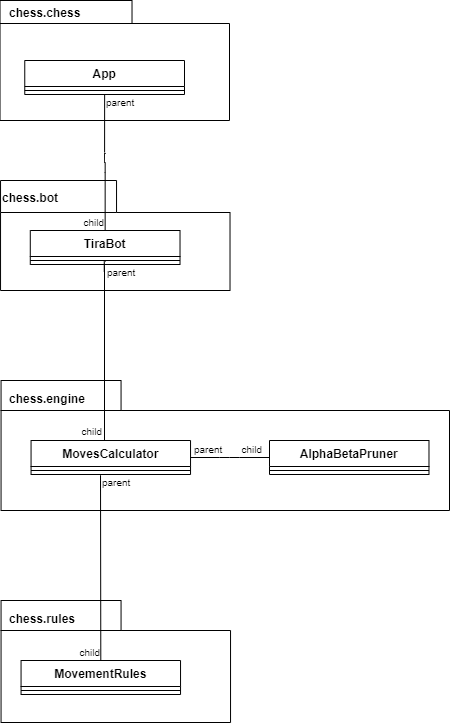
Earlier version of the draw.io export documentation/images/chess-ai-package.png (Tseipii89/ShakkiTekoaly-TIRALAB-Alkukesa2020). Source tidied: cells renumbered, new cells last; positions are measured from the earlier drawing's top-left corner, leaving out a move shared by most shapes. Source of this version:
```xml
<mxGraphModel>
  <root>
    <mxCell id="0" />
    <mxCell id="1" parent="0" />
    <mxCell id="2" value="chess.chess" style="shape=folder;fontStyle=1;spacingTop=-1;tabWidth=132;tabHeight=23;tabPosition=left;html=1;align=left;perimeterSpacing=10;strokeWidth=1;verticalAlign=top;spacingLeft=7;" parent="1" vertex="1">
      <mxGeometry x="-0.5" width="229.5" height="120" as="geometry" />
    </mxCell>
    <mxCell id="3" value="chess.bot" style="shape=folder;fontStyle=1;spacingTop=4;tabWidth=116;tabHeight=32;tabPosition=left;html=1;align=left;verticalAlign=top;" parent="1" vertex="1">
      <mxGeometry y="180" width="229.5" height="110" as="geometry" />
    </mxCell>
    <mxCell id="4" value="chess.engine" style="shape=folder;fontStyle=1;spacingTop=5;tabWidth=120;tabHeight=30;tabPosition=left;html=1;align=left;verticalAlign=top;spacingLeft=6;" parent="1" vertex="1">
      <mxGeometry x="0.6" y="380" width="448.4" height="130" as="geometry" />
    </mxCell>
    <mxCell id="5" value="App" style="swimlane;fontStyle=1;align=center;verticalAlign=top;horizontal=1;startSize=26;" parent="1" vertex="1">
      <mxGeometry x="24.3" y="60" width="159.7" height="34" as="geometry" />
    </mxCell>
    <mxCell id="6" style="line;strokeWidth=1;fillColor=none;align=left;verticalAlign=middle;spacingTop=-1;spacingLeft=3;spacingRight=3;labelPosition=right;" parent="5" vertex="1">
      <mxGeometry y="26" width="159.7" height="8" as="geometry" />
    </mxCell>
    <mxCell id="7" value="TiraBot" style="swimlane;fontStyle=1;align=center;verticalAlign=top;horizontal=1;startSize=26;strokeWidth=1;" parent="1" vertex="1">
      <mxGeometry x="29.8" y="230" width="149.7" height="34" as="geometry" />
    </mxCell>
    <mxCell id="8" style="line;strokeWidth=1;fillColor=none;align=left;verticalAlign=middle;spacingTop=-1;spacingLeft=3;spacingRight=3;labelPosition=right;" parent="7" vertex="1">
      <mxGeometry y="26" width="149.7" height="8" as="geometry" />
    </mxCell>
    <mxCell id="9" value="MovesCalculator" style="swimlane;fontStyle=1;align=center;verticalAlign=top;horizontal=1;startSize=26;strokeWidth=1;" parent="1" vertex="1">
      <mxGeometry x="30.6" y="440" width="159.5" height="34" as="geometry" />
    </mxCell>
    <mxCell id="10" style="line;strokeWidth=1;fillColor=none;align=left;verticalAlign=middle;spacingTop=-1;spacingLeft=3;spacingRight=3;labelPosition=right;" parent="9" vertex="1">
      <mxGeometry y="26" width="159.5" height="8" as="geometry" />
    </mxCell>
    <mxCell id="11" value="chess.rules" style="shape=folder;fontStyle=1;spacingTop=5;tabWidth=120;tabHeight=30;tabPosition=left;html=1;align=left;verticalAlign=top;spacingLeft=6;" parent="1" vertex="1">
      <mxGeometry x="0.6" y="600" width="229.5" height="122" as="geometry" />
    </mxCell>
    <mxCell id="12" value="MovementRules" style="swimlane;fontStyle=1;align=center;verticalAlign=top;horizontal=1;startSize=26;strokeWidth=1;" parent="1" vertex="1">
      <mxGeometry x="20.6" y="660" width="159.5" height="34" as="geometry" />
    </mxCell>
    <mxCell id="13" style="line;strokeWidth=1;fillColor=none;align=left;verticalAlign=middle;spacingTop=-1;spacingLeft=3;spacingRight=3;labelPosition=right;" parent="12" vertex="1">
      <mxGeometry y="26" width="159.5" height="8" as="geometry" />
    </mxCell>
    <mxCell id="14" style="endArrow=none;html=1;edgeStyle=orthogonalEdgeStyle;exitX=0.5;exitY=1;exitDx=0;exitDy=0;entryX=0.5;entryY=0;entryDx=0;entryDy=0;" parent="1" edge="1" source="5" target="7">
      <mxGeometry relative="1" as="geometry" />
    </mxCell>
    <mxCell id="15" value="parent" style="html=1;align=left;verticalAlign=bottom;labelBackgroundColor=#ffffff;fontSize=10;" parent="14" vertex="1">
      <mxGeometry x="-1" relative="1" as="geometry">
        <mxPoint y="16" as="offset" />
      </mxGeometry>
    </mxCell>
    <mxCell id="16" value="child" style="html=1;align=right;verticalAlign=bottom;labelBackgroundColor=#ffffff;fontSize=10;" parent="14" vertex="1">
      <mxGeometry x="1" relative="1" as="geometry" />
    </mxCell>
    <mxCell id="17" style="endArrow=none;html=1;edgeStyle=orthogonalEdgeStyle;exitX=0.496;exitY=0.625;exitDx=0;exitDy=0;exitPerimeter=0;" parent="1" edge="1">
      <mxGeometry relative="1" as="geometry">
        <mxPoint x="105.1" y="261" as="sourcePoint" />
        <mxPoint x="104" y="440" as="targetPoint" />
        <Array as="points">
          <mxPoint x="104" y="261" />
        </Array>
      </mxGeometry>
    </mxCell>
    <mxCell id="18" value="parent" style="html=1;align=left;verticalAlign=bottom;labelBackgroundColor=#ffffff;fontSize=10;" parent="17" vertex="1">
      <mxGeometry x="-1" relative="1" as="geometry">
        <mxPoint y="19" as="offset" />
      </mxGeometry>
    </mxCell>
    <mxCell id="19" value="child" style="html=1;align=right;verticalAlign=bottom;labelBackgroundColor=#ffffff;fontSize=10;" parent="17" vertex="1">
      <mxGeometry x="1" relative="1" as="geometry">
        <mxPoint x="-2" y="-0.9" as="offset" />
      </mxGeometry>
    </mxCell>
    <mxCell id="20" style="endArrow=none;html=1;edgeStyle=orthogonalEdgeStyle;entryX=0.5;entryY=0;entryDx=0;entryDy=0;" parent="1" edge="1" target="12">
      <mxGeometry relative="1" as="geometry">
        <mxPoint x="100" y="490" as="sourcePoint" />
        <Array as="points">
          <mxPoint x="100" y="470" />
        </Array>
      </mxGeometry>
    </mxCell>
    <mxCell id="21" value="parent" style="html=1;align=left;verticalAlign=bottom;labelBackgroundColor=#ffffff;fontSize=10;" parent="20" vertex="1">
      <mxGeometry x="-1" relative="1" as="geometry" />
    </mxCell>
    <mxCell id="22" value="child" style="html=1;align=right;verticalAlign=bottom;labelBackgroundColor=#ffffff;fontSize=10;" parent="20" vertex="1">
      <mxGeometry x="1" relative="1" as="geometry" />
    </mxCell>
    <mxCell id="23" style="endArrow=none;html=1;edgeStyle=orthogonalEdgeStyle;exitX=1;exitY=0.5;exitDx=0;exitDy=0;entryX=0;entryY=0.5;entryDx=0;entryDy=0;" parent="1" edge="1" source="9" target="26">
      <mxGeometry relative="1" as="geometry">
        <Array as="points">
          <mxPoint x="229" y="457" />
          <mxPoint x="229" y="457" />
        </Array>
      </mxGeometry>
    </mxCell>
    <mxCell id="24" value="parent" style="html=1;align=left;verticalAlign=bottom;labelBackgroundColor=#ffffff;fontSize=10;" parent="23" vertex="1">
      <mxGeometry x="-1" relative="1" as="geometry">
        <mxPoint x="2" as="offset" />
      </mxGeometry>
    </mxCell>
    <mxCell id="25" value="child" style="html=1;align=right;verticalAlign=bottom;labelBackgroundColor=#ffffff;fontSize=10;" parent="23" vertex="1">
      <mxGeometry x="1" relative="1" as="geometry">
        <mxPoint x="-7.2" as="offset" />
      </mxGeometry>
    </mxCell>
    <mxCell id="26" value="AlphaBetaPruner" style="swimlane;fontStyle=1;align=center;verticalAlign=top;horizontal=1;startSize=26;strokeWidth=1;" parent="1" vertex="1">
      <mxGeometry x="269" y="440" width="159.5" height="34" as="geometry" />
    </mxCell>
    <mxCell id="27" style="line;strokeWidth=1;fillColor=none;align=left;verticalAlign=middle;spacingTop=-1;spacingLeft=3;spacingRight=3;labelPosition=right;" parent="26" vertex="1">
      <mxGeometry y="26" width="159.5" height="8" as="geometry" />
    </mxCell>
  </root>
</mxGraphModel>
```
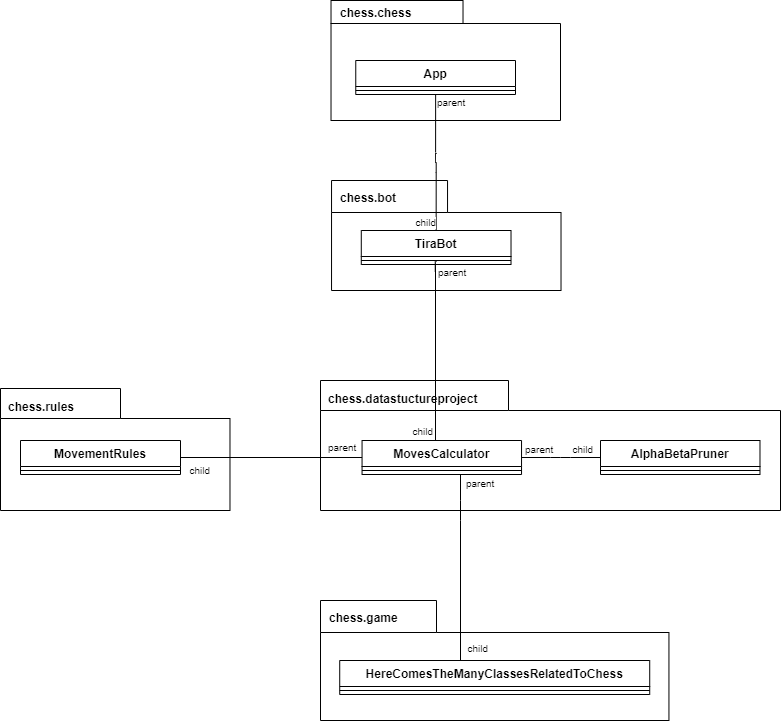
The same file after the commit.

The edit, as a diff of the source:
```diff
@@ -5,11 +5,11 @@
     <mxCell id="2" value="chess.chess" style="shape=folder;fontStyle=1;spacingTop=-1;tabWidth=132;tabHeight=23;tabPosition=left;html=1;align=left;perimeterSpacing=10;strokeWidth=1;verticalAlign=top;spacingLeft=7;" parent="1" vertex="1">
       <mxGeometry x="-0.5" width="229.5" height="120" as="geometry" />
     </mxCell>
-    <mxCell id="3" value="chess.bot" style="shape=folder;fontStyle=1;spacingTop=4;tabWidth=116;tabHeight=32;tabPosition=left;html=1;align=left;verticalAlign=top;" parent="1" vertex="1">
+    <mxCell id="3" value="chess.bot" style="shape=folder;fontStyle=1;spacingTop=4;tabWidth=116;tabHeight=32;tabPosition=left;html=1;align=left;verticalAlign=top;spacingLeft=7;" parent="1" vertex="1">
       <mxGeometry y="180" width="229.5" height="110" as="geometry" />
     </mxCell>
-    <mxCell id="4" value="chess.engine" style="shape=folder;fontStyle=1;spacingTop=5;tabWidth=120;tabHeight=30;tabPosition=left;html=1;align=left;verticalAlign=top;spacingLeft=6;" parent="1" vertex="1">
-      <mxGeometry x="0.6" y="380" width="448.4" height="130" as="geometry" />
+    <mxCell id="4" value="chess.datastuctureproject" style="shape=folder;fontStyle=1;spacingTop=5;tabWidth=188;tabHeight=30;tabPosition=left;html=1;align=left;verticalAlign=top;spacingLeft=6;" parent="1" vertex="1">
+      <mxGeometry x="-11" y="380" width="460" height="130" as="geometry" />
     </mxCell>
     <mxCell id="5" value="App" style="swimlane;fontStyle=1;align=center;verticalAlign=top;horizontal=1;startSize=26;" parent="1" vertex="1">
       <mxGeometry x="24.3" y="60" width="159.7" height="34" as="geometry" />
@@ -30,14 +30,8 @@
       <mxGeometry y="26" width="159.5" height="8" as="geometry" />
     </mxCell>
     <mxCell id="11" value="chess.rules" style="shape=folder;fontStyle=1;spacingTop=5;tabWidth=120;tabHeight=30;tabPosition=left;html=1;align=left;verticalAlign=top;spacingLeft=6;" parent="1" vertex="1">
-      <mxGeometry x="0.6" y="600" width="229.5" height="122" as="geometry" />
+      <mxGeometry x="-331" y="388" width="229.5" height="122" as="geometry" />
     </mxCell>
-    <mxCell id="12" value="MovementRules" style="swimlane;fontStyle=1;align=center;verticalAlign=top;horizontal=1;startSize=26;strokeWidth=1;" parent="1" vertex="1">
-      <mxGeometry x="20.6" y="660" width="159.5" height="34" as="geometry" />
-    </mxCell>
-    <mxCell id="13" style="line;strokeWidth=1;fillColor=none;align=left;verticalAlign=middle;spacingTop=-1;spacingLeft=3;spacingRight=3;labelPosition=right;" parent="12" vertex="1">
-      <mxGeometry y="26" width="159.5" height="8" as="geometry" />
-    </mxCell>
     <mxCell id="14" style="endArrow=none;html=1;edgeStyle=orthogonalEdgeStyle;exitX=0.5;exitY=1;exitDx=0;exitDy=0;entryX=0.5;entryY=0;entryDx=0;entryDy=0;" parent="1" edge="1" source="5" target="7">
       <mxGeometry relative="1" as="geometry" />
     </mxCell>
@@ -68,19 +62,18 @@
         <mxPoint x="-2" y="-0.9" as="offset" />
       </mxGeometry>
     </mxCell>
-    <mxCell id="20" style="endArrow=none;html=1;edgeStyle=orthogonalEdgeStyle;entryX=0.5;entryY=0;entryDx=0;entryDy=0;" parent="1" edge="1" target="12">
-      <mxGeometry relative="1" as="geometry">
-        <mxPoint x="100" y="490" as="sourcePoint" />
-        <Array as="points">
-          <mxPoint x="100" y="470" />
-        </Array>
-      </mxGeometry>
+    <mxCell id="20" style="endArrow=none;html=1;edgeStyle=orthogonalEdgeStyle;entryX=1;entryY=0.5;entryDx=0;entryDy=0;exitX=0;exitY=0.5;exitDx=0;exitDy=0;" parent="1" edge="1" source="9" target="12">
+      <mxGeometry relative="1" as="geometry" />
     </mxCell>
     <mxCell id="21" value="parent" style="html=1;align=left;verticalAlign=bottom;labelBackgroundColor=#ffffff;fontSize=10;" parent="20" vertex="1">
-      <mxGeometry x="-1" relative="1" as="geometry" />
+      <mxGeometry x="-1" relative="1" as="geometry">
+        <mxPoint x="-35.6" y="-2" as="offset" />
+      </mxGeometry>
     </mxCell>
     <mxCell id="22" value="child" style="html=1;align=right;verticalAlign=bottom;labelBackgroundColor=#ffffff;fontSize=10;" parent="20" vertex="1">
-      <mxGeometry x="1" relative="1" as="geometry" />
+      <mxGeometry x="1" relative="1" as="geometry">
+        <mxPoint x="30" y="21" as="offset" />
+      </mxGeometry>
     </mxCell>
     <mxCell id="23" style="endArrow=none;html=1;edgeStyle=orthogonalEdgeStyle;exitX=1;exitY=0.5;exitDx=0;exitDy=0;entryX=0;entryY=0.5;entryDx=0;entryDy=0;" parent="1" edge="1" source="9" target="26">
       <mxGeometry relative="1" as="geometry">
@@ -106,5 +99,39 @@
     <mxCell id="27" style="line;strokeWidth=1;fillColor=none;align=left;verticalAlign=middle;spacingTop=-1;spacingLeft=3;spacingRight=3;labelPosition=right;" parent="26" vertex="1">
       <mxGeometry y="26" width="159.5" height="8" as="geometry" />
     </mxCell>
+    <mxCell id="12" value="MovementRules" style="swimlane;fontStyle=1;align=center;verticalAlign=top;horizontal=1;startSize=26;strokeWidth=1;" parent="1" vertex="1">
+      <mxGeometry x="-311" y="440" width="160" height="34" as="geometry" />
+    </mxCell>
+    <mxCell id="13" style="line;strokeWidth=1;fillColor=none;align=left;verticalAlign=middle;spacingTop=-1;spacingLeft=3;spacingRight=3;labelPosition=right;" parent="12" vertex="1">
+      <mxGeometry y="26" width="160" height="8" as="geometry" />
+    </mxCell>
+    <mxCell id="28" value="chess.game" style="shape=folder;fontStyle=1;spacingTop=4;tabWidth=116;tabHeight=32;tabPosition=left;html=1;align=left;verticalAlign=top;spacingLeft=7;" parent="1" vertex="1">
+      <mxGeometry x="-11" y="600" width="348.4" height="120" as="geometry" />
+    </mxCell>
+    <mxCell id="29" style="endArrow=none;html=1;edgeStyle=orthogonalEdgeStyle;" parent="1" edge="1" target="32">
+      <mxGeometry relative="1" as="geometry">
+        <mxPoint x="129" y="474" as="sourcePoint" />
+        <Array as="points">
+          <mxPoint x="129" y="510" />
+          <mxPoint x="129" y="510" />
+        </Array>
+      </mxGeometry>
+    </mxCell>
+    <mxCell id="30" value="parent" style="html=1;align=left;verticalAlign=bottom;labelBackgroundColor=#ffffff;fontSize=10;" parent="29" vertex="1">
+      <mxGeometry x="-1" relative="1" as="geometry">
+        <mxPoint x="4" y="17" as="offset" />
+      </mxGeometry>
+    </mxCell>
+    <mxCell id="31" value="child" style="html=1;align=right;verticalAlign=bottom;labelBackgroundColor=#ffffff;fontSize=10;" parent="29" vertex="1">
+      <mxGeometry x="1" relative="1" as="geometry">
+        <mxPoint x="28" y="-4" as="offset" />
+      </mxGeometry>
+    </mxCell>
+    <mxCell id="32" value="HereComesTheManyClassesRelatedToChess" style="swimlane;fontStyle=1;align=center;verticalAlign=top;horizontal=1;startSize=26;strokeWidth=1;" parent="1" vertex="1">
+      <mxGeometry x="8.2" y="660" width="310" height="34" as="geometry" />
+    </mxCell>
+    <mxCell id="33" style="line;strokeWidth=1;fillColor=none;align=left;verticalAlign=middle;spacingTop=-1;spacingLeft=3;spacingRight=3;labelPosition=right;" parent="32" vertex="1">
+      <mxGeometry y="26" width="310" height="8" as="geometry" />
+    </mxCell>
   </root>
 </mxGraphModel>
```
